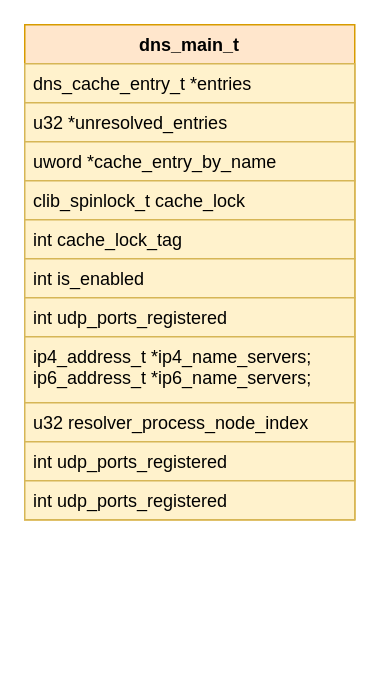
The draw.io diagram new_map/Untitled Diagram.drawio in jin13417/dpdk-vpp-learning, before the edit. Source tidied: cells renumbered, new cells numbered last; positions are measured from the earlier drawing's top-left corner, leaving out a move shared by most shapes. Both pictures are drawn from the tidied source at 150%, with x=0, y=0 at pixel (24, 24).
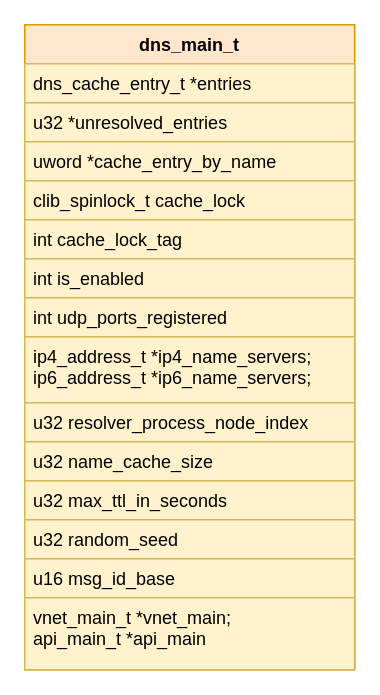
After the change.

Change to the diagram source:
```diff
@@
 <mxGraphModel>
   <root>
     <mxCell id="0" />
     <mxCell id="1" parent="0" />
     <mxCell id="2" value="dns_main_t" style="swimlane;fontStyle=1;align=center;verticalAlign=top;horizontal=1;startSize=26;fillColor=#ffe6cc;strokeColor=#d79b00;" parent="1" vertex="1">
-      <mxGeometry width="220" height="330" as="geometry" />
+      <mxGeometry width="220" height="430" as="geometry" />
     </mxCell>
     <mxCell id="3" value="dns_cache_entry_t *entries" style="text;fillColor=#fff2cc;align=left;verticalAlign=top;spacingLeft=4;spacingRight=4;overflow=hidden;strokeColor=#d6b656;" parent="2" vertex="1">
       <mxGeometry y="26" width="220" height="26" as="geometry" />
     </mxCell>
     <mxCell id="4" value="u32 *unresolved_entries" style="text;fillColor=#fff2cc;align=left;verticalAlign=top;spacingLeft=4;spacingRight=4;overflow=hidden;strokeColor=#d6b656;" parent="2" vertex="1">
       <mxGeometry y="52" width="220" height="26" as="geometry" />
     </mxCell>
     <mxCell id="5" value="uword *cache_entry_by_name" style="text;fillColor=#fff2cc;align=left;verticalAlign=top;spacingLeft=4;spacingRight=4;overflow=hidden;strokeColor=#d6b656;" parent="2" vertex="1">
       <mxGeometry y="78" width="220" height="26" as="geometry" />
     </mxCell>
     <mxCell id="6" value="clib_spinlock_t cache_lock" style="text;fillColor=#fff2cc;align=left;verticalAlign=top;spacingLeft=4;spacingRight=4;overflow=hidden;strokeColor=#d6b656;" parent="2" vertex="1">
       <mxGeometry y="104" width="220" height="26" as="geometry" />
     </mxCell>
     <mxCell id="7" value="int cache_lock_tag" style="text;fillColor=#fff2cc;align=left;verticalAlign=top;spacingLeft=4;spacingRight=4;overflow=hidden;strokeColor=#d6b656;" parent="2" vertex="1">
       <mxGeometry y="130" width="220" height="26" as="geometry" />
     </mxCell>
     <mxCell id="8" value="int is_enabled" style="text;fillColor=#fff2cc;align=left;verticalAlign=top;spacingLeft=4;spacingRight=4;overflow=hidden;strokeColor=#d6b656;" parent="2" vertex="1">
       <mxGeometry y="156" width="220" height="26" as="geometry" />
     </mxCell>
     <mxCell id="9" value="int udp_ports_registered" style="text;fillColor=#fff2cc;align=left;verticalAlign=top;spacingLeft=4;spacingRight=4;overflow=hidden;strokeColor=#d6b656;" parent="2" vertex="1">
       <mxGeometry y="182" width="220" height="26" as="geometry" />
     </mxCell>
     <mxCell id="10" value="ip4_address_t *ip4_name_servers;&#10;ip6_address_t *ip6_name_servers;" style="text;fillColor=#fff2cc;align=left;verticalAlign=top;spacingLeft=4;spacingRight=4;overflow=hidden;strokeColor=#d6b656;" parent="2" vertex="1">
       <mxGeometry y="208" width="220" height="44" as="geometry" />
     </mxCell>
     <mxCell id="11" value="u32 resolver_process_node_index" style="text;fillColor=#fff2cc;align=left;verticalAlign=top;spacingLeft=4;spacingRight=4;overflow=hidden;strokeColor=#d6b656;" parent="2" vertex="1">
       <mxGeometry y="252" width="220" height="26" as="geometry" />
     </mxCell>
-    <mxCell id="12" value="int udp_ports_registered" style="text;fillColor=#fff2cc;align=left;verticalAlign=top;spacingLeft=4;spacingRight=4;overflow=hidden;strokeColor=#d6b656;" parent="2" vertex="1">
+    <mxCell id="12" value="u32 name_cache_size" style="text;fillColor=#fff2cc;align=left;verticalAlign=top;spacingLeft=4;spacingRight=4;overflow=hidden;strokeColor=#d6b656;" parent="2" vertex="1">
       <mxGeometry y="278" width="220" height="26" as="geometry" />
     </mxCell>
-    <mxCell id="13" value="int udp_ports_registered" style="text;strokeColor=#d6b656;fillColor=#fff2cc;align=left;verticalAlign=top;spacingLeft=4;spacingRight=4;overflow=hidden;" parent="2" vertex="1">
+    <mxCell id="13" value="u32 max_ttl_in_seconds" style="text;strokeColor=#d6b656;fillColor=#fff2cc;align=left;verticalAlign=top;spacingLeft=4;spacingRight=4;overflow=hidden;" parent="2" vertex="1">
       <mxGeometry y="304" width="220" height="26" as="geometry" />
     </mxCell>
+    <mxCell id="14" value="u32 random_seed" style="text;strokeColor=#d6b656;fillColor=#fff2cc;align=left;verticalAlign=top;spacingLeft=4;spacingRight=4;overflow=hidden;" parent="2" vertex="1">
+      <mxGeometry y="330" width="220" height="26" as="geometry" />
+    </mxCell>
+    <mxCell id="15" value="u16 msg_id_base" style="text;strokeColor=#d6b656;fillColor=#fff2cc;align=left;verticalAlign=top;spacingLeft=4;spacingRight=4;overflow=hidden;" parent="2" vertex="1">
+      <mxGeometry y="356" width="220" height="26" as="geometry" />
+    </mxCell>
+    <mxCell id="16" value="vnet_main_t *vnet_main;&#10;api_main_t *api_main" style="text;strokeColor=#d6b656;fillColor=#fff2cc;align=left;verticalAlign=top;spacingLeft=4;spacingRight=4;overflow=hidden;" parent="2" vertex="1">
+      <mxGeometry y="382" width="220" height="48" as="geometry" />
+    </mxCell>
   </root>
 </mxGraphModel>
```
